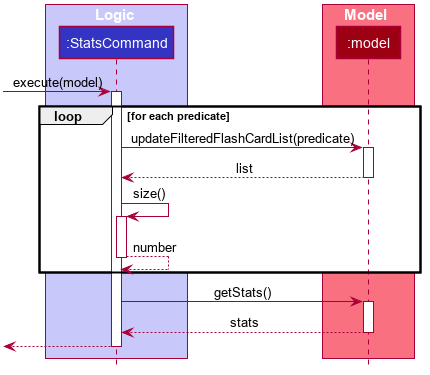
The PlantUML diagram docs/images/StatisticsSequenceDiagram.png in nus-cs2103-AY1920S1/addressbook-level3, before a commit.
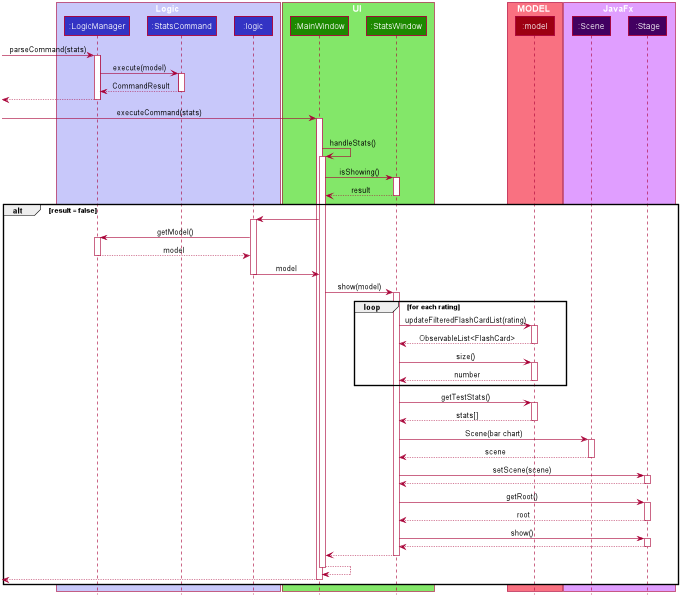
Above is the later version.

Commit message:
Update Stats Sequence Diagram

Diff of the diagram source:
```diff
@@ -51,36 +51,109 @@
 hide circle
 
 box Logic #C8C8FA
+participant ":LogicManager" as LogicManager #3333C4
 participant ":StatsCommand" as StatsCommand #3333C4
+participant ":logic" as Logic #3333C4
 end box
 
-box Model #F97181
+box UI #83E769
+participant ":MainWindow" as MainWindow #1D8900
+participant ":StatsWindow" as StatsWindow #1D8900
+end box
+
+box MODEL #F97181
 participant ":model" as Model #9D0012
 end box
 
-
-[-> StatsCommand : execute(model)
-activate StatsCommand
-
-loop for each predicate
-    StatsCommand -> Model : updateFilteredFlashCardList(predicate)
-    activate Model
-    StatsCommand <-- Model : list
-    deactivate Model
-
-     StatsCommand -> StatsCommand : size()
-     activate StatsCommand
-     StatsCommand <-- StatsCommand : number
-     deactivate StatsCommand
-
-end
-
-StatsCommand -> Model : getStats()
-activate Model
-StatsCommand <-- Model : stats
-deactivate Model
+box JavaFx #e09eff
+participant ":Scene" as Scene #420061
+participant ":Stage" as Stage #420061
+end box
 
 
-[<--StatsCommand
-deactivate StatsCommand
+[-> LogicManager : parseCommand(stats)
+activate LogicManager
+
+    LogicManager -> StatsCommand : execute(model)
+    activate StatsCommand
+        LogicManager <-- StatsCommand : CommandResult
+    deactivate StatsCommand
+
+[<--LogicManager
+deactivate LogicManager
+
+[-> MainWindow : executeCommand(stats)
+activate MainWindow
+
+       alt commandResult.isShowStats()
+       MainWindow -> MainWindow : handleStats()
+           activate MainWindow
+
+                MainWindow -> StatsWindow : isShowing()
+                activate StatsWindow
+                MainWindow <-- StatsWindow : result
+                deactivate StatsWindow
+
+                alt result = false
+                MainWindow -> Logic :
+                activate Logic
+                Logic -> LogicManager : getModel()
+                activate LogicManager
+                Logic <-- LogicManager : model
+                deactivate LogicManager
+                Logic -> MainWindow : model
+                deactivate Logic
+
+                MainWindow -> StatsWindow : show(model)
+
+                loop for each rating
+                activate StatsWindow
+                StatsWindow -> Model : updateFilteredFlashCardList(rating)
+                activate Model
+                StatsWindow <-- Model : ObservableList<FlashCard>
+                deactivate Model
+                StatsWindow -> Model : size()
+                activate Model
+                StatsWindow <-- Model : number
+                deactivate Model
+                end
+
+                StatsWindow -> Model : getTestStats()
+                activate Model
+                StatsWindow <-- Model : stats[]
+                deactivate Model
+
+                StatsWindow -> Scene : Scene(bar chart)
+                activate Scene
+                StatsWindow <-- Scene : scene
+                deactivate Scene
+
+                StatsWindow -> Stage : setScene(scene)
+                activate Stage
+                StatsWindow <-- Stage :
+                deactivate Stage
+
+                StatsWindow -> Stage : getRoot()
+                activate Stage
+                StatsWindow <-- Stage : root
+                deactivate Stage
+
+
+                StatsWindow -> Stage : show()
+                activate Stage
+                StatsWindow <-- Stage :
+                deactivate Stage
+
+                MainWindow <-- StatsWindow :
+                deactivate StatsWindow
+                MainWindow <-- MainWindow :
+
+           deactivate MainWindow
+           [<-- MainWindow :
+           deactivate MainWindow
+
+       end
+
+
+
 @enduml
```
